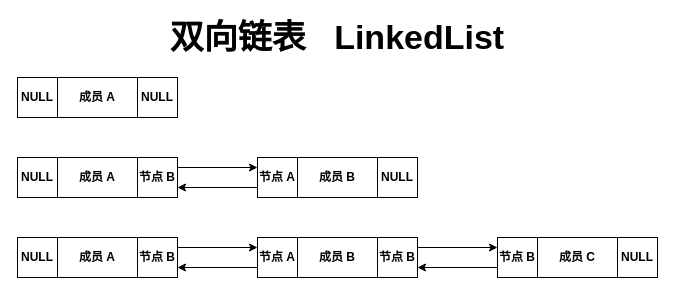
Before: styles/IMAGES/draw/双向链表LinkedList.drawio in StruggleOrLieDown/StruggleOrLieDown.github.io, a draw.io diagram. Source tidied: cells renumbered, new cells numbered last; positions are measured from the earlier drawing's top-left corner, leaving out a move shared by most shapes. Both pictures are drawn from the tidied source at 100%, with x=0, y=0 at pixel (17, 17).
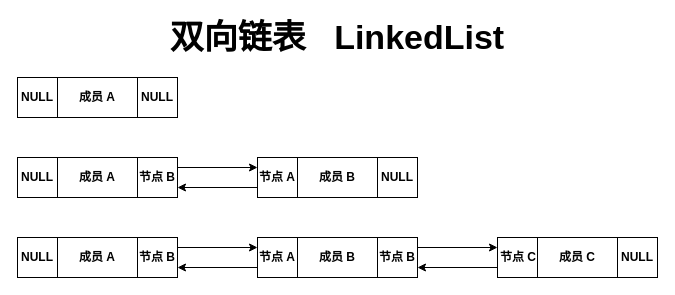
The same diagram, later.

The edit, as a diff of the source:
```diff
@@
-    <mxCell id="19" value="节点 B" style="text;html=1;strokeColor=none;fillColor=none;align=center;verticalAlign=middle;whiteSpace=wrap;rounded=0;fontStyle=1;fontSize=12;" parent="1" vertex="1">
-      <mxGeometry x="480" y="220" width="40" height="40" as="geometry" />
+    <mxCell id="19" value="节点 C" style="text;html=1;strokeColor=none;fillColor=none;align=center;verticalAlign=middle;whiteSpace=wrap;rounded=0;fontStyle=1;fontSize=12;" parent="1" vertex="1">
+      <mxGeometry x="481" y="220" width="40" height="40" as="geometry" />
     </mxCell>
```
